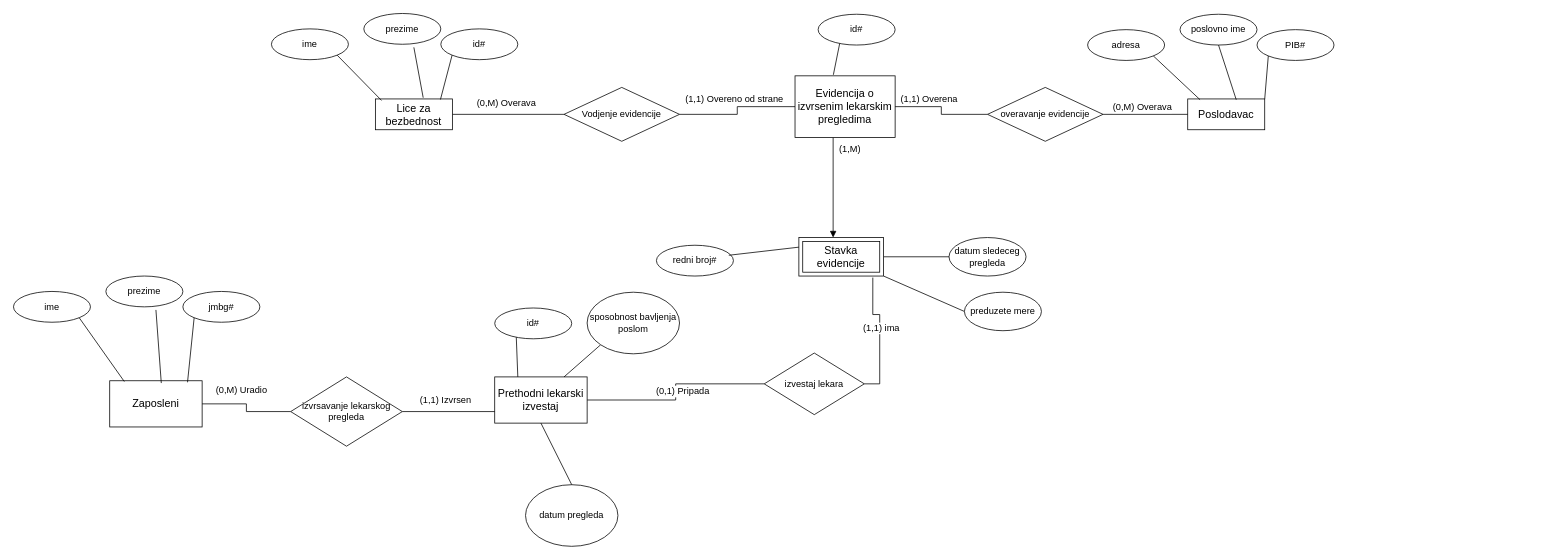
Above: mov/4479 - mov.drawio in 159753x/baze3 (draw.io), before the change. Source tidied: cells renumbered, new cells numbered last; positions are measured from the earlier drawing's top-left corner, leaving out a move shared by most shapes. Both pictures are drawn from the tidied source at 77%, with x=0, y=0 at pixel (13, 13).
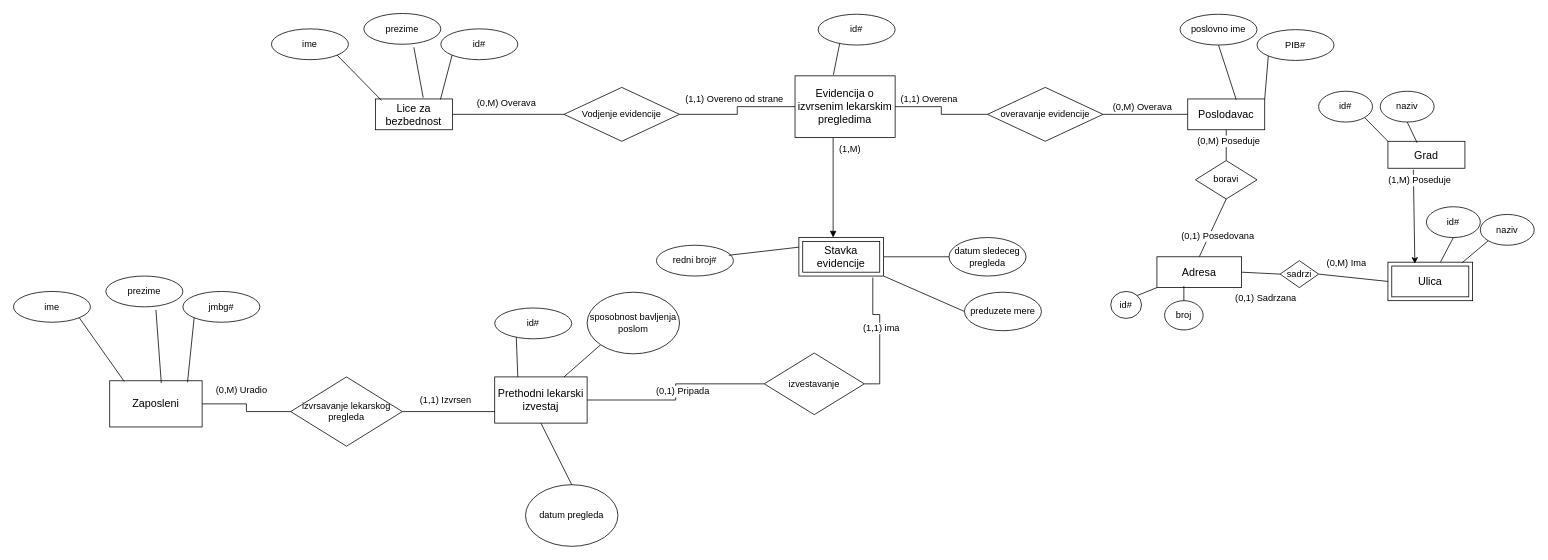
Above is the later version.

Unchanged cells that the change refers to:
```xml
<mxCell id="9" value="&lt;font style=&quot;font-size: 14px;&quot;&gt;Poslodavac&lt;/font&gt;" style="whiteSpace=wrap;html=1;align=center;" parent="1" vertex="1">
  <mxGeometry x="1525" y="111" width="100" height="40" as="geometry" />
</mxCell>
```

Change to the diagram source:
```diff
@@
-    <mxCell id="15" value="adresa" style="ellipse;whiteSpace=wrap;html=1;align=center;" parent="1" vertex="1">
-      <mxGeometry x="1395" y="21" width="100" height="40" as="geometry" />
-    </mxCell>
-    <mxCell id="16" style="endArrow=none;html=1;rounded=0;entryX=0.16;entryY=0.025;entryDx=0;entryDy=0;exitX=1;exitY=1;exitDx=0;exitDy=0;entryPerimeter=0;" parent="1" edge="1" source="15" target="9">
-      <mxGeometry relative="1" as="geometry" />
-    </mxCell>
@@
-    <mxCell id="36" value="izvestaj lekara" style="rhombus;whiteSpace=wrap;html=1;" parent="1" vertex="1">
+    <mxCell id="36" value="izvestavanje" style="rhombus;whiteSpace=wrap;html=1;" parent="1" vertex="1">
       <mxGeometry x="975" y="441" width="130" height="80" as="geometry" />
     </mxCell>
@@
+    <mxCell id="62" style="rounded=0;jettySize=auto;html=1;exitX=0.5;exitY=0;exitDx=0;exitDy=0;startArrow=none;startFill=0;endArrow=none;endFill=0;" parent="1" edge="1" source="65" target="9">
+      <mxGeometry relative="1" as="geometry" />
+    </mxCell>
+    <mxCell id="63" value="&lt;font style=&quot;font-size: 12px;&quot;&gt;(0,M) Poseduje&lt;/font&gt;" style="edgeLabel;html=1;align=center;verticalAlign=middle;" parent="62" vertex="1">
+      <mxGeometry x="0.3" y="-2" relative="1" as="geometry" />
+    </mxCell>
+    <mxCell id="64" style="rounded=0;jettySize=auto;html=1;exitX=0.5;exitY=1;exitDx=0;exitDy=0;startArrow=none;startFill=0;endArrow=none;endFill=0;entryX=0.5;entryY=0;entryDx=0;entryDy=0;" parent="1" edge="1" source="65" target="67">
+      <mxGeometry relative="1" as="geometry" />
+    </mxCell>
+    <mxCell id="65" value="boravi" style="rhombus;whiteSpace=wrap;html=1;" parent="1" vertex="1">
+      <mxGeometry x="1535" y="191" width="80" height="50" as="geometry" />
+    </mxCell>
+    <mxCell id="66" style="rounded=0;jettySize=auto;html=1;exitX=1;exitY=0.5;exitDx=0;exitDy=0;entryX=0;entryY=0.5;entryDx=0;entryDy=0;endArrow=none;endFill=0;" parent="1" edge="1" source="79" target="72">
+      <mxGeometry relative="1" as="geometry" />
+    </mxCell>
+    <mxCell id="67" value="&lt;font style=&quot;font-size: 14px;&quot;&gt;Adresa&lt;/font&gt;" style="rounded=0;whiteSpace=wrap;html=1;" parent="1" vertex="1">
+      <mxGeometry x="1485" y="316" width="110" height="40" as="geometry" />
+    </mxCell>
+    <mxCell id="68" value="&lt;font style=&quot;font-size: 14px;&quot;&gt;Grad&lt;/font&gt;" style="rounded=0;whiteSpace=wrap;html=1;" parent="1" vertex="1">
+      <mxGeometry x="1785" y="166" width="100" height="35" as="geometry" />
+    </mxCell>
+    <mxCell id="69" value="naziv" style="ellipse;whiteSpace=wrap;html=1;" parent="1" vertex="1">
+      <mxGeometry x="1775" y="101" width="70" height="40" as="geometry" />
+    </mxCell>
+    <mxCell id="70" style="rounded=0;jettySize=auto;html=1;exitX=1;exitY=1;exitDx=0;exitDy=0;entryX=0;entryY=0;entryDx=0;entryDy=0;endArrow=none;endFill=0;" parent="1" edge="1" source="71" target="68">
+      <mxGeometry relative="1" as="geometry" />
+    </mxCell>
+    <mxCell id="71" value="id#" style="ellipse;whiteSpace=wrap;html=1;" parent="1" vertex="1">
+      <mxGeometry x="1695" y="101" width="70" height="40" as="geometry" />
+    </mxCell>
+    <mxCell id="72" value="&lt;font style=&quot;font-size: 14px;&quot;&gt;Ulica&lt;/font&gt;" style="shape=ext;margin=3;double=1;whiteSpace=wrap;html=1;align=center;rounded=0;" parent="1" vertex="1">
+      <mxGeometry x="1785" y="323" width="110" height="50" as="geometry" />
+    </mxCell>
+    <mxCell id="73" style="rounded=0;jettySize=auto;html=1;exitX=0.33;exitY=1.057;exitDx=0;exitDy=0;entryX=0.318;entryY=0.04;entryDx=0;entryDy=0;entryPerimeter=0;exitPerimeter=0;" parent="1" edge="1" source="68" target="72">
+      <mxGeometry relative="1" as="geometry" />
+    </mxCell>
+    <mxCell id="74" value="naziv" style="ellipse;whiteSpace=wrap;html=1;" parent="1" vertex="1">
+      <mxGeometry x="1905" y="261" width="70" height="40" as="geometry" />
+    </mxCell>
+    <mxCell id="75" value="id#" style="ellipse;whiteSpace=wrap;html=1;" parent="1" vertex="1">
+      <mxGeometry x="1835" y="251" width="70" height="40" as="geometry" />
+    </mxCell>
+    <mxCell id="76" style="rounded=0;jettySize=auto;html=1;exitX=0.5;exitY=1;exitDx=0;exitDy=0;endArrow=none;endFill=0;" parent="1" edge="1" source="75" target="72">
+      <mxGeometry relative="1" as="geometry" />
+    </mxCell>
+    <mxCell id="77" style="rounded=0;jettySize=auto;html=1;exitX=0;exitY=1;exitDx=0;exitDy=0;entryX=0.873;entryY=0.02;entryDx=0;entryDy=0;entryPerimeter=0;endArrow=none;endFill=0;" parent="1" edge="1" source="74" target="72">
+      <mxGeometry relative="1" as="geometry" />
+    </mxCell>
+    <mxCell id="78" style="rounded=0;jettySize=auto;html=1;exitX=1;exitY=0.5;exitDx=0;exitDy=0;entryX=0;entryY=0.5;entryDx=0;entryDy=0;endArrow=none;endFill=0;" parent="1" edge="1" source="67" target="79">
+      <mxGeometry relative="1" as="geometry" />
+    </mxCell>
+    <mxCell id="79" value="sadrzi" style="rhombus;whiteSpace=wrap;html=1;" parent="1" vertex="1">
+      <mxGeometry x="1645" y="321" width="50" height="35" as="geometry" />
+    </mxCell>
+    <mxCell id="80" value="broj" style="ellipse;whiteSpace=wrap;html=1;" parent="1" vertex="1">
+      <mxGeometry x="1495" y="373" width="50" height="38" as="geometry" />
+    </mxCell>
+    <mxCell id="81" style="rounded=0;jettySize=auto;html=1;exitX=1;exitY=0;exitDx=0;exitDy=0;entryX=0;entryY=1;entryDx=0;entryDy=0;endArrow=none;endFill=0;" parent="1" edge="1" source="82" target="67">
+      <mxGeometry relative="1" as="geometry" />
+    </mxCell>
+    <mxCell id="82" value="id#" style="ellipse;whiteSpace=wrap;html=1;" parent="1" vertex="1">
+      <mxGeometry x="1425" y="361" width="40" height="35" as="geometry" />
+    </mxCell>
+    <mxCell id="83" style="rounded=0;jettySize=auto;html=1;exitX=0.5;exitY=0;exitDx=0;exitDy=0;entryX=0.318;entryY=0.95;entryDx=0;entryDy=0;entryPerimeter=0;endArrow=none;endFill=0;" parent="1" edge="1" source="80" target="67">
+      <mxGeometry relative="1" as="geometry" />
+    </mxCell>
+    <mxCell id="84" value="&lt;span style=&quot;color: rgb(0, 0, 0); font-family: Helvetica; font-size: 12px; font-style: normal; font-variant-ligatures: normal; font-variant-caps: normal; font-weight: 400; letter-spacing: normal; orphans: 2; text-align: center; text-indent: 0px; text-transform: none; widows: 2; word-spacing: 0px; -webkit-text-stroke-width: 0px; background-color: rgb(255, 255, 255); text-decoration-thickness: initial; text-decoration-style: initial; text-decoration-color: initial; float: none; display: inline !important;&quot;&gt;(0,1) Posedovana&lt;/span&gt;" style="text;whiteSpace=wrap;html=1;" parent="1" vertex="1">
+      <mxGeometry x="1515" y="276" width="110" height="25" as="geometry" />
+    </mxCell>
+    <mxCell id="85" value="&lt;font style=&quot;font-size: 12px;&quot;&gt;(0,M) Ima&lt;/font&gt;" style="edgeLabel;html=1;align=center;verticalAlign=middle;" parent="1" vertex="1">
+      <mxGeometry x="1730" y="323" as="geometry" />
+    </mxCell>
+    <mxCell id="86" value="&lt;span style=&quot;color: rgb(0, 0, 0); font-family: Helvetica; font-size: 12px; font-style: normal; font-variant-ligatures: normal; font-variant-caps: normal; font-weight: 400; letter-spacing: normal; orphans: 2; text-align: center; text-indent: 0px; text-transform: none; widows: 2; word-spacing: 0px; -webkit-text-stroke-width: 0px; background-color: rgb(255, 255, 255); text-decoration-thickness: initial; text-decoration-style: initial; text-decoration-color: initial; float: none; display: inline !important;&quot;&gt;(0,1) Sadrzana&lt;/span&gt;" style="text;whiteSpace=wrap;html=1;" parent="1" vertex="1">
+      <mxGeometry x="1585" y="356" width="110" height="25" as="geometry" />
+    </mxCell>
+    <mxCell id="87" style="rounded=0;jettySize=auto;html=1;exitX=0.5;exitY=1;exitDx=0;exitDy=0;entryX=0.38;entryY=0.057;entryDx=0;entryDy=0;entryPerimeter=0;endArrow=none;endFill=0;" parent="1" edge="1" source="69" target="68">
+      <mxGeometry relative="1" as="geometry" />
+    </mxCell>
+    <mxCell id="88" value="&lt;font style=&quot;font-size: 12px;&quot;&gt;(1,M) Poseduje&lt;/font&gt;" style="edgeLabel;html=1;align=center;verticalAlign=middle;fontSize=12;" parent="1" vertex="1">
+      <mxGeometry x="1825" y="216" as="geometry" />
+    </mxCell>
```
